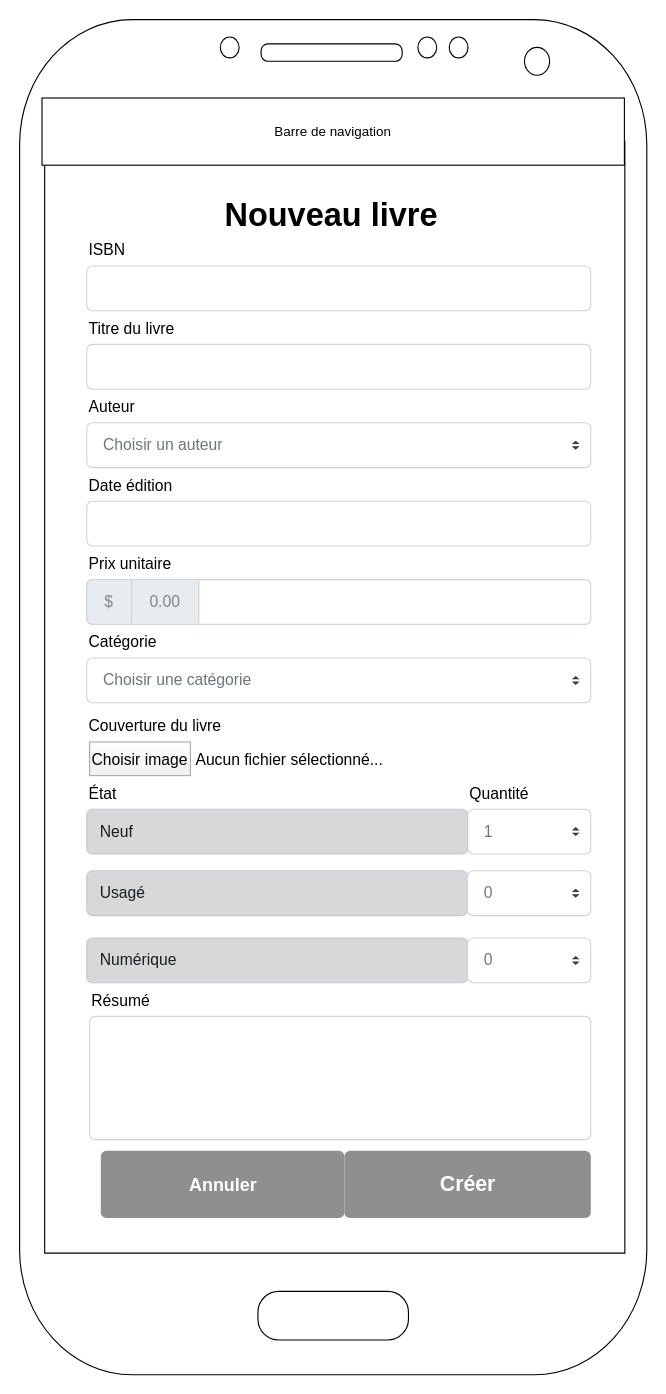
This is org/diagrammes/wireframes/ajout-livre/mobile.drawio from Feelschevreuil/vlisside-Survivor, a draw.io file, before an edit. Source tidied: cells renumbered, new cells numbered last; positions are measured from the earlier drawing's top-left corner, leaving out a move shared by most shapes. Both pictures are drawn from the tidied source at 112%, with x=0, y=0 at pixel (19, 19).
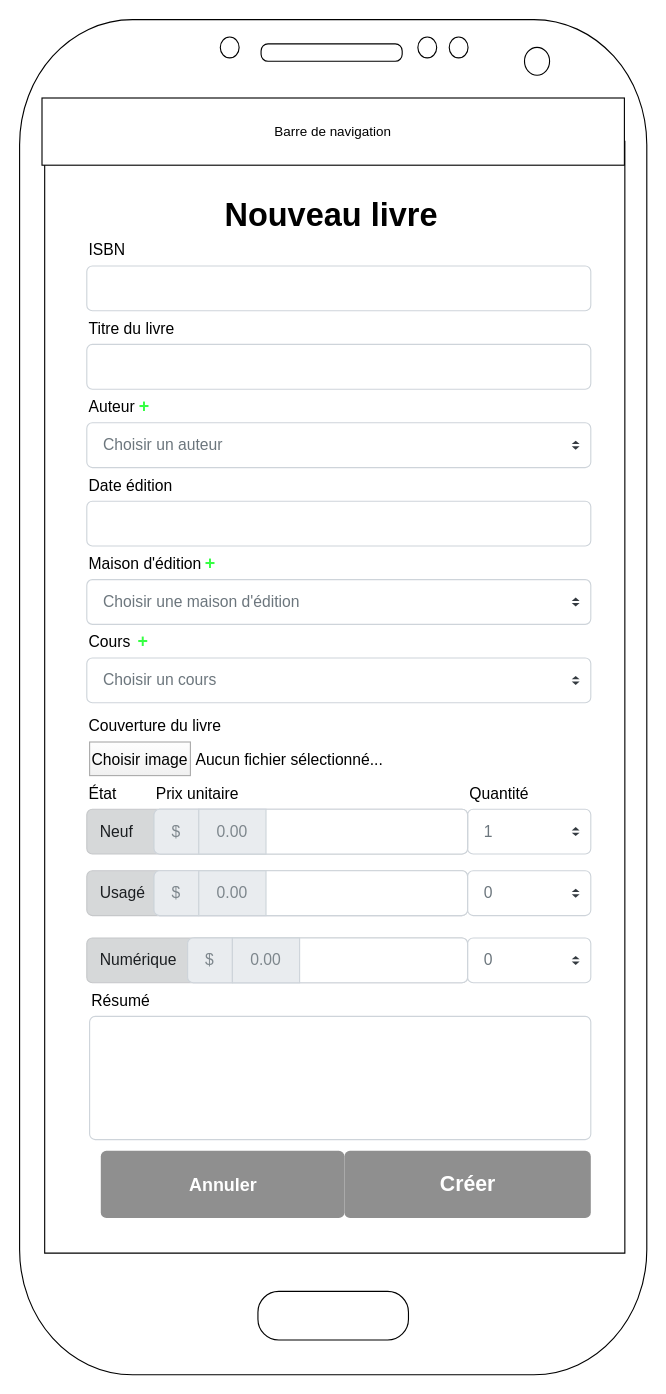
Above is the later version.

The edit, as a diff of the source:
```diff
@@
-    <mxCell id="20" style="html=1;shadow=0;dashed=0;shape=mxgraph.bootstrap.rrect;rSize=5;strokeColor=#CED4DA;html=1;whiteSpace=wrap;fillColor=#FFFFFF;fontColor=#7D868C;align=left;spacing=15;spacingLeft=40;fontSize=14;" parent="1" vertex="1">
-      <mxGeometry x="60" y="500" width="450" height="40" as="geometry" />
-    </mxCell>
-    <mxCell id="21" value="$" style="html=1;shadow=0;dashed=0;shape=mxgraph.bootstrap.leftButton;strokeColor=inherit;gradientColor=inherit;fontColor=inherit;fillColor=#E9ECEF;rSize=5;perimeter=none;whiteSpace=wrap;fontSize=14;" parent="20" vertex="1">
-      <mxGeometry width="40" height="40" relative="1" as="geometry" />
-    </mxCell>
-    <mxCell id="22" value="0.00" style="html=1;shadow=0;dashed=0;strokeColor=inherit;gradientColor=inherit;fontColor=inherit;fillColor=#E9ECEF;perimeter=none;whiteSpace=wrap;fontSize=14;" parent="20" vertex="1">
-      <mxGeometry width="60" height="40" relative="1" as="geometry">
-        <mxPoint x="40" as="offset" />
-      </mxGeometry>
-    </mxCell>
-    <mxCell id="23" value="Prix unitaire" style="fillColor=none;strokeColor=none;align=left;fontSize=14;" parent="1" vertex="1">
-      <mxGeometry x="60" y="470" width="100" height="30" as="geometry" />
-    </mxCell>
@@
-    <mxCell id="31" value="Choisir une catégorie" style="html=1;shadow=0;dashed=0;shape=mxgraph.bootstrap.rrect;rSize=5;fillColor=#ffffff;strokeColor=#CED4DA;align=left;spacing=15;fontSize=14;fontColor=#6C767D;" parent="1" vertex="1">
+    <mxCell id="31" value="Choisir un cours" style="html=1;shadow=0;dashed=0;shape=mxgraph.bootstrap.rrect;rSize=5;fillColor=#ffffff;strokeColor=#CED4DA;align=left;spacing=15;fontSize=14;fontColor=#6C767D;" parent="1" vertex="1">
       <mxGeometry x="60" y="570" width="450" height="40" as="geometry" />
     </mxCell>
@@
-    <mxCell id="34" value="Catégorie" style="fillColor=none;strokeColor=none;align=left;fontSize=14;" parent="31" vertex="1">
+    <mxCell id="34" value="Cours" style="fillColor=none;strokeColor=none;align=left;fontSize=14;" parent="31" vertex="1">
       <mxGeometry y="-30" width="142.9" height="30" as="geometry" />
     </mxCell>
+    <mxCell id="44" value="&lt;b&gt;&lt;font style=&quot;font-size: 16px&quot;&gt;+&lt;/font&gt;&lt;/b&gt;" style="text;html=1;align=center;verticalAlign=middle;strokeColor=none;fillColor=none;fontColor=#36FF43;" parent="31" vertex="1">
+      <mxGeometry x="40" y="-25" width="20" height="20" as="geometry" />
+    </mxCell>
@@
+    <mxCell id="45" style="html=1;shadow=0;dashed=0;shape=mxgraph.bootstrap.rrect;rSize=5;strokeColor=#CED4DA;html=1;whiteSpace=wrap;fillColor=#FFFFFF;fontColor=#7D868C;align=left;spacing=15;spacingLeft=40;fontSize=14;" parent="1" vertex="1">
+      <mxGeometry x="120" y="705" width="280" height="40" as="geometry" />
+    </mxCell>
+    <mxCell id="46" value="$" style="html=1;shadow=0;dashed=0;shape=mxgraph.bootstrap.leftButton;strokeColor=inherit;gradientColor=inherit;fontColor=inherit;fillColor=#E9ECEF;rSize=5;perimeter=none;whiteSpace=wrap;fontSize=14;" parent="45" vertex="1">
+      <mxGeometry width="40" height="40" relative="1" as="geometry" />
+    </mxCell>
+    <mxCell id="47" value="0.00" style="html=1;shadow=0;dashed=0;strokeColor=inherit;gradientColor=inherit;fontColor=inherit;fillColor=#E9ECEF;perimeter=none;whiteSpace=wrap;fontSize=14;" parent="45" vertex="1">
+      <mxGeometry width="60" height="40" relative="1" as="geometry">
+        <mxPoint x="40" as="offset" />
+      </mxGeometry>
+    </mxCell>
+    <mxCell id="23" value="Prix unitaire" style="fillColor=none;strokeColor=none;align=left;fontSize=14;" parent="1" vertex="1">
+      <mxGeometry x="120" y="675" width="100" height="30" as="geometry" />
+    </mxCell>
+    <mxCell id="48" style="html=1;shadow=0;dashed=0;shape=mxgraph.bootstrap.rrect;rSize=5;strokeColor=#CED4DA;html=1;whiteSpace=wrap;fillColor=#FFFFFF;fontColor=#7D868C;align=left;spacing=15;spacingLeft=40;fontSize=14;" parent="1" vertex="1">
+      <mxGeometry x="150" y="820" width="250" height="40" as="geometry" />
+    </mxCell>
+    <mxCell id="49" value="$" style="html=1;shadow=0;dashed=0;shape=mxgraph.bootstrap.leftButton;strokeColor=inherit;gradientColor=inherit;fontColor=inherit;fillColor=#E9ECEF;rSize=5;perimeter=none;whiteSpace=wrap;fontSize=14;" parent="48" vertex="1">
+      <mxGeometry width="40" height="40" relative="1" as="geometry" />
+    </mxCell>
+    <mxCell id="50" value="0.00" style="html=1;shadow=0;dashed=0;strokeColor=inherit;gradientColor=inherit;fontColor=inherit;fillColor=#E9ECEF;perimeter=none;whiteSpace=wrap;fontSize=14;" parent="48" vertex="1">
+      <mxGeometry width="60" height="40" relative="1" as="geometry">
+        <mxPoint x="40" as="offset" />
+      </mxGeometry>
+    </mxCell>
+    <mxCell id="51" style="html=1;shadow=0;dashed=0;shape=mxgraph.bootstrap.rrect;rSize=5;strokeColor=#CED4DA;html=1;whiteSpace=wrap;fillColor=#FFFFFF;fontColor=#7D868C;align=left;spacing=15;spacingLeft=40;fontSize=14;" parent="1" vertex="1">
+      <mxGeometry x="120" y="760" width="280" height="40" as="geometry" />
+    </mxCell>
+    <mxCell id="52" value="$" style="html=1;shadow=0;dashed=0;shape=mxgraph.bootstrap.leftButton;strokeColor=inherit;gradientColor=inherit;fontColor=inherit;fillColor=#E9ECEF;rSize=5;perimeter=none;whiteSpace=wrap;fontSize=14;" parent="51" vertex="1">
+      <mxGeometry width="40" height="40" relative="1" as="geometry" />
+    </mxCell>
+    <mxCell id="53" value="0.00" style="html=1;shadow=0;dashed=0;strokeColor=inherit;gradientColor=inherit;fontColor=inherit;fillColor=#E9ECEF;perimeter=none;whiteSpace=wrap;fontSize=14;" parent="51" vertex="1">
+      <mxGeometry width="60" height="40" relative="1" as="geometry">
+        <mxPoint x="40" as="offset" />
+      </mxGeometry>
+    </mxCell>
+    <mxCell id="54" value="Choisir une maison d'édition" style="html=1;shadow=0;dashed=0;shape=mxgraph.bootstrap.rrect;rSize=5;fillColor=#ffffff;strokeColor=#CED4DA;align=left;spacing=15;fontSize=14;fontColor=#6C767D;" parent="1" vertex="1">
+      <mxGeometry x="60" y="500" width="450" height="40" as="geometry" />
+    </mxCell>
+    <mxCell id="55" style="shape=triangle;direction=south;fillColor=#343A40;strokeColor=none;perimeter=none;" parent="54" vertex="1">
+      <mxGeometry x="1" y="0.5" width="7" height="3" relative="1" as="geometry">
+        <mxPoint x="-17" y="1" as="offset" />
+      </mxGeometry>
+    </mxCell>
+    <mxCell id="56" style="shape=triangle;direction=north;fillColor=#343A40;strokeColor=none;perimeter=none;" parent="54" vertex="1">
+      <mxGeometry x="1" y="0.5" width="7" height="3" relative="1" as="geometry">
+        <mxPoint x="-17" y="-4" as="offset" />
+      </mxGeometry>
+    </mxCell>
+    <mxCell id="57" value="Maison d'édition" style="fillColor=none;strokeColor=none;align=left;fontSize=14;" parent="54" vertex="1">
+      <mxGeometry y="-30" width="142.9" height="30" as="geometry" />
+    </mxCell>
+    <mxCell id="58" value="&lt;b&gt;&lt;font style=&quot;font-size: 16px&quot;&gt;+&lt;/font&gt;&lt;/b&gt;" style="text;html=1;align=center;verticalAlign=middle;strokeColor=none;fillColor=none;fontColor=#36FF43;" parent="54" vertex="1">
+      <mxGeometry x="100" y="-25" width="20" height="20" as="geometry" />
+    </mxCell>
+    <mxCell id="59" value="&lt;b&gt;&lt;font style=&quot;font-size: 16px&quot;&gt;+&lt;/font&gt;&lt;/b&gt;" style="text;html=1;align=center;verticalAlign=middle;strokeColor=none;fillColor=none;fontColor=#36FF43;" parent="1" vertex="1">
+      <mxGeometry x="100.5" y="335" width="20" height="20" as="geometry" />
+    </mxCell>
```
